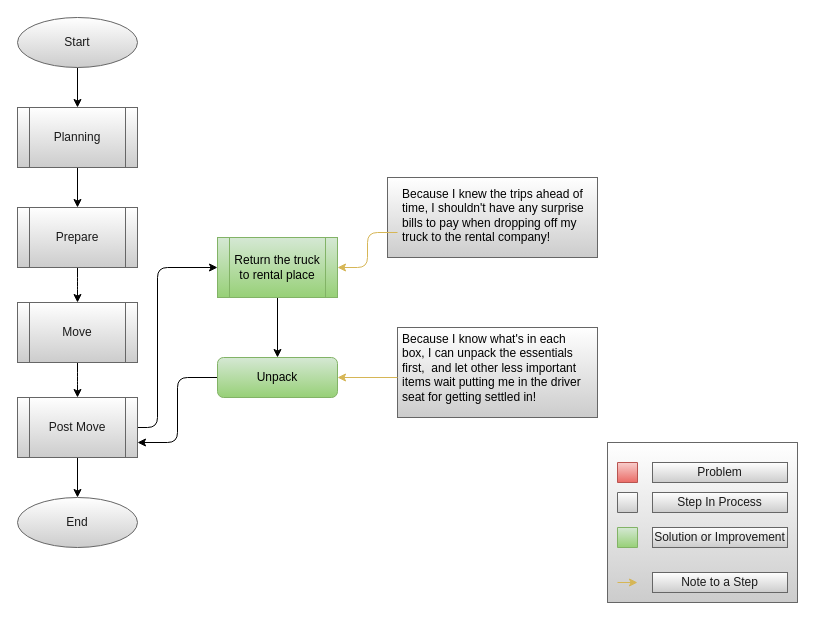
This is page "Post-Move" (4 of 4) of Documents/flow_diagrams/Solution_Flow.drawio from LP-76/load.in, a draw.io file, before an edit. Source tidied: cells renumbered, new cells numbered last; positions are measured from the earlier drawing's top-left corner, leaving out a move shared by most shapes. Both pictures are drawn from the tidied source at 100%, with x=0, y=0 at pixel (17, 17).
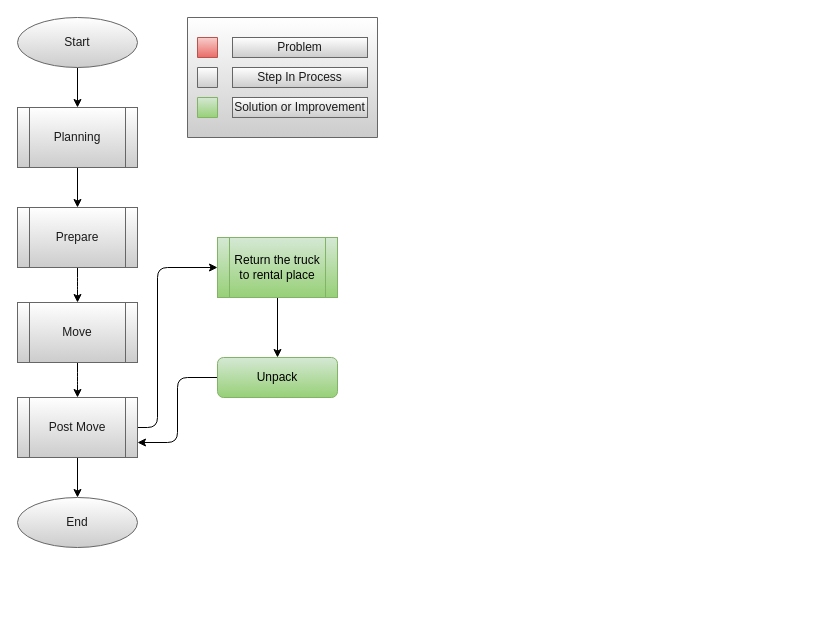
The same diagram, later.

Unchanged cells that the change refers to:
```xml
<mxCell id="17" value="Return the truck to rental place" style="shape=process;whiteSpace=wrap;html=1;backgroundOutline=1;gradientColor=#97d077;fillColor=#d5e8d4;strokeColor=#82b366;" parent="1" vertex="1">
  <mxGeometry x="200" y="220" width="120" height="60" as="geometry" />
</mxCell>
<mxCell id="19" value="Unpack" style="rounded=1;whiteSpace=wrap;html=1;fontSize=12;glass=0;strokeWidth=1;shadow=0;gradientColor=#97d077;fillColor=#d5e8d4;strokeColor=#82b366;" parent="1" vertex="1">
  <mxGeometry x="200" y="340" width="120" height="40" as="geometry" />
</mxCell>
```

Change to the diagram source:
```diff
@@
-    <mxCell id="2" style="rounded=0;whiteSpace=wrap;html=1;strokeColor=#666666;fillColor=#FFFFFF;gradientColor=#CCCCCC;fontColor=#1A1A1A;" parent="1" vertex="1">
-      <mxGeometry x="380" y="310" width="200" height="90" as="geometry" />
-    </mxCell>
-    <mxCell id="3" style="rounded=0;whiteSpace=wrap;html=1;strokeColor=#666666;fillColor=#FFFFFF;gradientColor=#CCCCCC;fontColor=#1A1A1A;" parent="1" vertex="1">
-      <mxGeometry x="370" y="160" width="210" height="80" as="geometry" />
-    </mxCell>
@@
-    <mxCell id="20" style="edgeStyle=orthogonalEdgeStyle;curved=0;rounded=1;sketch=0;jettySize=auto;html=1;entryX=1;entryY=0.5;entryDx=0;entryDy=0;fontColor=#1A1A1A;gradientColor=#ffd966;fillColor=#fff2cc;strokeColor=#d6b656;" parent="1" edge="1" source="21" target="17">
-      <mxGeometry relative="1" as="geometry" />
-    </mxCell>
-    <mxCell id="21" value="Because I knew the trips ahead of time, I shouldn't have any surprise bills to pay when dropping off my truck to the rental company!" style="text;html=1;strokeColor=none;fillColor=none;spacing=5;spacingTop=-20;whiteSpace=wrap;overflow=hidden;rounded=0;" parent="1" vertex="1">
-      <mxGeometry x="380" y="180" width="190" height="70" as="geometry" />
-    </mxCell>
-    <mxCell id="22" style="edgeStyle=orthogonalEdgeStyle;curved=0;rounded=1;sketch=0;jettySize=auto;html=1;fontColor=#1A1A1A;gradientColor=#ffd966;fillColor=#fff2cc;strokeColor=#d6b656;" parent="1" edge="1" source="23" target="19">
-      <mxGeometry relative="1" as="geometry" />
-    </mxCell>
-    <mxCell id="23" value="Because I know what's in each box, I can unpack the essentials first,&amp;nbsp; and let other less important items wait putting me in the driver seat for getting settled in!" style="text;html=1;strokeColor=none;fillColor=none;spacing=5;spacingTop=-20;whiteSpace=wrap;overflow=hidden;rounded=0;" parent="1" vertex="1">
-      <mxGeometry x="380" y="325" width="190" height="70" as="geometry" />
-    </mxCell>
-    <mxCell id="24" style="group;fillColor=#FFFFFF;gradientColor=#CCCCCC;strokeColor=#666666;fontColor=#1A1A1A;" parent="1" vertex="1">
-      <mxGeometry x="590" y="425" width="190" height="160" as="geometry" />
-    </mxCell>
-    <mxCell id="25" style="verticalLabelPosition=bottom;verticalAlign=top;html=1;shape=mxgraph.basic.rect;fillColor2=none;strokeWidth=1;size=20;indent=5;fillColor=#FFFFFF;gradientColor=#CCCCCC;strokeColor=#666666;fontColor=#1A1A1A;" parent="24" vertex="1">
-      <mxGeometry width="190" height="160" as="geometry" />
-    </mxCell>
+    <mxCell id="34" style="group;" parent="1" vertex="1">
+      <mxGeometry x="170" width="190" height="120" as="geometry" />
+    </mxCell>
+    <mxCell id="35" style="verticalLabelPosition=bottom;verticalAlign=top;html=1;shape=mxgraph.basic.rect;fillColor2=none;strokeWidth=1;size=20;indent=5;fillColor=#FFFFFF;gradientColor=#CCCCCC;strokeColor=#666666;fontColor=#1A1A1A;" parent="34" vertex="1">
+      <mxGeometry width="190" height="120" as="geometry" />
+    </mxCell>
-    <mxCell id="26" style="verticalLabelPosition=bottom;verticalAlign=top;html=1;shape=mxgraph.basic.rect;fillColor2=none;strokeWidth=1;size=20;indent=5;fillColor=#f8cecc;gradientColor=#ea6b66;strokeColor=#b85450;" parent="24" vertex="1">
+    <mxCell id="26" style="verticalLabelPosition=bottom;verticalAlign=top;html=1;shape=mxgraph.basic.rect;fillColor2=none;strokeWidth=1;size=20;indent=5;fillColor=#f8cecc;gradientColor=#ea6b66;strokeColor=#b85450;" parent="34" vertex="1">
       <mxGeometry x="10" y="20" width="20" height="20" as="geometry" />
     </mxCell>
-    <mxCell id="27" value="Problem" style="text;html=1;align=center;verticalAlign=middle;whiteSpace=wrap;fillColor=#FFFFFF;gradientColor=#CCCCCC;strokeColor=#666666;fontColor=#1A1A1A;" parent="24" vertex="1">
+    <mxCell id="27" value="Problem" style="text;html=1;align=center;verticalAlign=middle;whiteSpace=wrap;fillColor=#FFFFFF;gradientColor=#CCCCCC;strokeColor=#666666;fontColor=#1A1A1A;" parent="34" vertex="1">
       <mxGeometry x="45" y="20" width="135" height="20" as="geometry" />
     </mxCell>
-    <mxCell id="28" style="verticalLabelPosition=bottom;verticalAlign=top;html=1;shape=mxgraph.basic.rect;fillColor2=none;strokeWidth=1;size=20;indent=5;fillColor=#FFFFFF;gradientColor=#CCCCCC;strokeColor=#666666;fontColor=#1A1A1A;" parent="24" vertex="1">
+    <mxCell id="28" style="verticalLabelPosition=bottom;verticalAlign=top;html=1;shape=mxgraph.basic.rect;fillColor2=none;strokeWidth=1;size=20;indent=5;fillColor=#FFFFFF;gradientColor=#CCCCCC;strokeColor=#666666;fontColor=#1A1A1A;" parent="34" vertex="1">
       <mxGeometry x="10" y="50" width="20" height="20" as="geometry" />
     </mxCell>
-    <mxCell id="29" value="Step In Process" style="text;html=1;align=center;verticalAlign=middle;whiteSpace=wrap;fillColor=#FFFFFF;gradientColor=#CCCCCC;strokeColor=#666666;fontColor=#1A1A1A;" parent="24" vertex="1">
+    <mxCell id="29" value="Step In Process" style="text;html=1;align=center;verticalAlign=middle;whiteSpace=wrap;fillColor=#FFFFFF;gradientColor=#CCCCCC;strokeColor=#666666;fontColor=#1A1A1A;" parent="34" vertex="1">
       <mxGeometry x="45" y="50" width="135" height="20" as="geometry" />
     </mxCell>
-    <mxCell id="30" style="verticalLabelPosition=bottom;verticalAlign=top;html=1;shape=mxgraph.basic.rect;fillColor2=none;strokeWidth=1;size=20;indent=5;fillColor=#d5e8d4;gradientColor=#97d077;strokeColor=#82b366;" parent="24" vertex="1">
-      <mxGeometry x="10" y="85" width="20" height="20" as="geometry" />
-    </mxCell>
+    <mxCell id="36" style="verticalLabelPosition=bottom;verticalAlign=top;html=1;shape=mxgraph.basic.rect;fillColor2=none;strokeWidth=1;size=20;indent=5;fillColor=#d5e8d4;gradientColor=#97d077;strokeColor=#82b366;" parent="34" vertex="1">
+      <mxGeometry x="10" y="80" width="20" height="20" as="geometry" />
+    </mxCell>
-    <mxCell id="31" value="Solution or Improvement" style="text;html=1;align=center;verticalAlign=middle;whiteSpace=wrap;fillColor=#FFFFFF;gradientColor=#CCCCCC;strokeColor=#666666;fontColor=#1A1A1A;" parent="24" vertex="1">
-      <mxGeometry x="45" y="85" width="135" height="20" as="geometry" />
+    <mxCell id="31" value="Solution or Improvement" style="text;html=1;align=center;verticalAlign=middle;whiteSpace=wrap;fillColor=#FFFFFF;gradientColor=#CCCCCC;strokeColor=#666666;fontColor=#1A1A1A;" parent="34" vertex="1">
+      <mxGeometry x="45" y="80" width="135" height="20" as="geometry" />
     </mxCell>
-    <mxCell id="32" style="endArrow=classic;html=1;gradientColor=#ffd966;fillColor=#fff2cc;strokeColor=#d6b656;" parent="24" edge="1">
-      <mxGeometry relative="1" as="geometry">
-        <mxPoint x="10" y="140" as="sourcePoint" />
-        <mxPoint x="30" y="140" as="targetPoint" />
-      </mxGeometry>
-    </mxCell>
-    <mxCell id="33" value="Note to a Step" style="text;html=1;align=center;verticalAlign=middle;whiteSpace=wrap;fillColor=#FFFFFF;gradientColor=#CCCCCC;strokeColor=#666666;fontColor=#1A1A1A;" parent="24" vertex="1">
-      <mxGeometry x="45" y="130" width="135" height="20" as="geometry" />
-    </mxCell>
```
